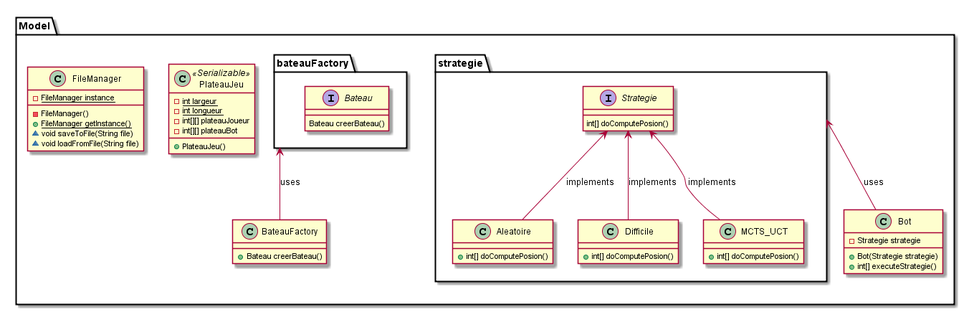
Before: ClassDiagram.png, a diagram exported from PlantUML (sT4R3K/batailleNavale).
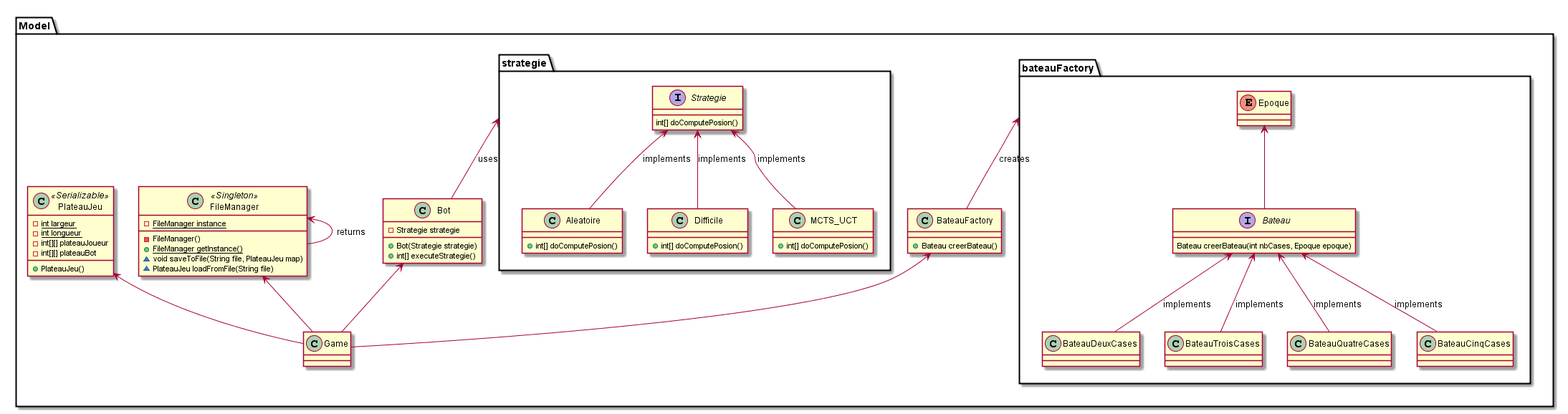
The same file after the commit.

What changed in the source:
```diff
@@ -1,5 +1,8 @@
 @startuml
 package Model <<Folder>> {
+	class Game {
+	}
+
 	package strategie <<Folder>> {
 		interface Strategie {
 			int[] doComputePosion()
@@ -30,14 +33,32 @@
 
 	package bateauFactory <<Folder>> {
 		interface Bateau {
-			Bateau creerBateau()
+			Bateau creerBateau(int nbCases, Epoque epoque)
 		}
+
+		enum Epoque {
+
+		}
+		Epoque <-- Bateau
+
+		class BateauDeuxCases {
+		}
+		Bateau <-- BateauDeuxCases : implements
+		class BateauTroisCases {
+		}
+		Bateau <-- BateauTroisCases : implements
+		class BateauQuatreCases {
+		}
+		Bateau <-- BateauQuatreCases : implements
+		class BateauCinqCases {
+		}
+		Bateau <-- BateauCinqCases : implements
 	}
 
 	class BateauFactory {
 		+Bateau creerBateau()
 	}
-	bateauFactory <-- BateauFactory : uses
+	bateauFactory <-- BateauFactory : creates
 
 	class PlateauJeu <<Serializable>> {
 		-{static}int largeur
@@ -47,12 +68,18 @@
 		+PlateauJeu()
 	}
 
-	class FileManager {
+	class FileManager <<Singleton>> {
 		-{static}FileManager instance
 		-FileManager()
 		+{static}FileManager getInstance()
-		~void saveToFile(String file)
-		~void loadFromFile(String file)
+		~void saveToFile(String file, PlateauJeu map)
+		~PlateauJeu loadFromFile(String file)
 	}
+	FileManager <-- FileManager : returns
+
+	FileManager <-- Game
+	PlateauJeu <-- Game
+	BateauFactory <-- Game
+	Bot <-- Game
 }
 @enduml
```
